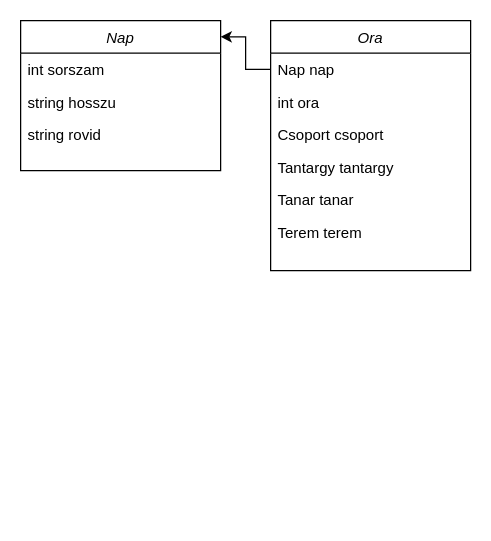
This is dbmodel.drawio from MolnAtt/szlgorarend, a draw.io file, before an edit. Source tidied: cells renumbered, new cells numbered last; positions are measured from the earlier drawing's top-left corner, leaving out a move shared by most shapes. Both pictures are drawn from the tidied source at 125%, with x=0, y=0 at pixel (20, 20).
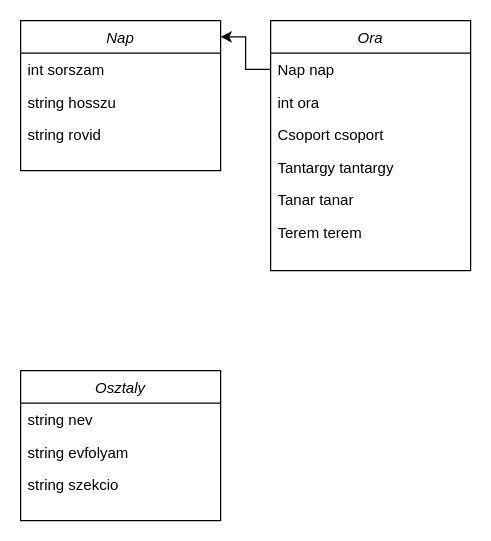
The same diagram, later.

Change to the diagram source:
```diff
@@
 <mxGraphModel>
   <root>
     <mxCell id="0" />
     <mxCell id="1" parent="0" />
     <mxCell id="2" value="Ora" style="swimlane;fontStyle=2;align=center;verticalAlign=top;horizontal=1;startSize=26;rounded=0;shadow=0;strokeWidth=1;" parent="1" vertex="1">
       <mxGeometry x="200" width="160" height="200" as="geometry" />
     </mxCell>
     <mxCell id="3" value="Nap nap" style="text;align=left;verticalAlign=top;spacingLeft=4;spacingRight=4;overflow=hidden;points=[[0,0.5],[1,0.5]];portConstraint=eastwest;" parent="2" vertex="1">
       <mxGeometry y="26" width="160" height="26" as="geometry" />
     </mxCell>
     <mxCell id="4" value="int ora" style="text;align=left;verticalAlign=top;spacingLeft=4;spacingRight=4;overflow=hidden;rounded=0;shadow=0;html=0;" parent="2" vertex="1">
       <mxGeometry y="52" width="160" height="26" as="geometry" />
     </mxCell>
     <mxCell id="5" value="Csoport csoport" style="text;align=left;verticalAlign=top;spacingLeft=4;spacingRight=4;overflow=hidden;rounded=0;shadow=0;html=0;" parent="2" vertex="1">
       <mxGeometry y="78" width="160" height="26" as="geometry" />
     </mxCell>
     <mxCell id="6" value="Tantargy tantargy" style="text;align=left;verticalAlign=top;spacingLeft=4;spacingRight=4;overflow=hidden;rounded=0;shadow=0;html=0;" parent="2" vertex="1">
       <mxGeometry y="104" width="160" height="26" as="geometry" />
     </mxCell>
     <mxCell id="7" value="Tanar tanar&#10;" style="text;align=left;verticalAlign=top;spacingLeft=4;spacingRight=4;overflow=hidden;rounded=0;shadow=0;html=0;" parent="2" vertex="1">
       <mxGeometry y="130" width="160" height="26" as="geometry" />
     </mxCell>
     <mxCell id="8" value="Terem terem&#10;" style="text;align=left;verticalAlign=top;spacingLeft=4;spacingRight=4;overflow=hidden;rounded=0;shadow=0;html=0;" parent="2" vertex="1">
       <mxGeometry y="156" width="160" height="26" as="geometry" />
     </mxCell>
     <mxCell id="9" value="Nap" style="swimlane;fontStyle=2;align=center;verticalAlign=top;horizontal=1;startSize=26;rounded=0;shadow=0;strokeWidth=1;" parent="1" vertex="1">
       <mxGeometry width="160" height="120" as="geometry" />
     </mxCell>
     <mxCell id="10" value="int sorszam" style="text;align=left;verticalAlign=top;spacingLeft=4;spacingRight=4;overflow=hidden;" parent="9" vertex="1">
       <mxGeometry y="26" width="160" height="26" as="geometry" />
     </mxCell>
     <mxCell id="11" value="string hosszu" style="text;align=left;verticalAlign=top;spacingLeft=4;spacingRight=4;overflow=hidden;rounded=0;shadow=0;html=0;" parent="9" vertex="1">
       <mxGeometry y="52" width="160" height="26" as="geometry" />
     </mxCell>
     <mxCell id="12" value="string rovid" style="text;align=left;verticalAlign=top;spacingLeft=4;spacingRight=4;overflow=hidden;rounded=0;shadow=0;html=0;" parent="9" vertex="1">
       <mxGeometry y="78" width="160" height="26" as="geometry" />
     </mxCell>
     <mxCell id="13" style="endArrow=classic;html=1;rounded=0;exitX=0;exitY=0.5;exitDx=0;exitDy=0;entryX=1;entryY=0.108;entryDx=0;entryDy=0;entryPerimeter=0;edgeStyle=orthogonalEdgeStyle;" parent="1" edge="1" source="3" target="9">
       <mxGeometry relative="1" as="geometry" />
     </mxCell>
+    <mxCell id="14" value="Osztaly" style="swimlane;fontStyle=2;align=center;verticalAlign=top;horizontal=1;startSize=26;rounded=0;shadow=0;strokeWidth=1;" parent="1" vertex="1">
+      <mxGeometry y="280" width="160" height="120" as="geometry" />
+    </mxCell>
+    <mxCell id="15" value="string nev" style="text;align=left;verticalAlign=top;spacingLeft=4;spacingRight=4;overflow=hidden;" parent="14" vertex="1">
+      <mxGeometry y="26" width="160" height="26" as="geometry" />
+    </mxCell>
+    <mxCell id="16" value="string evfolyam" style="text;align=left;verticalAlign=top;spacingLeft=4;spacingRight=4;overflow=hidden;rounded=0;shadow=0;html=0;" parent="14" vertex="1">
+      <mxGeometry y="52" width="160" height="26" as="geometry" />
+    </mxCell>
+    <mxCell id="17" value="string szekcio" style="text;align=left;verticalAlign=top;spacingLeft=4;spacingRight=4;overflow=hidden;rounded=0;shadow=0;html=0;" parent="14" vertex="1">
+      <mxGeometry y="78" width="160" height="26" as="geometry" />
+    </mxCell>
   </root>
 </mxGraphModel>
```
